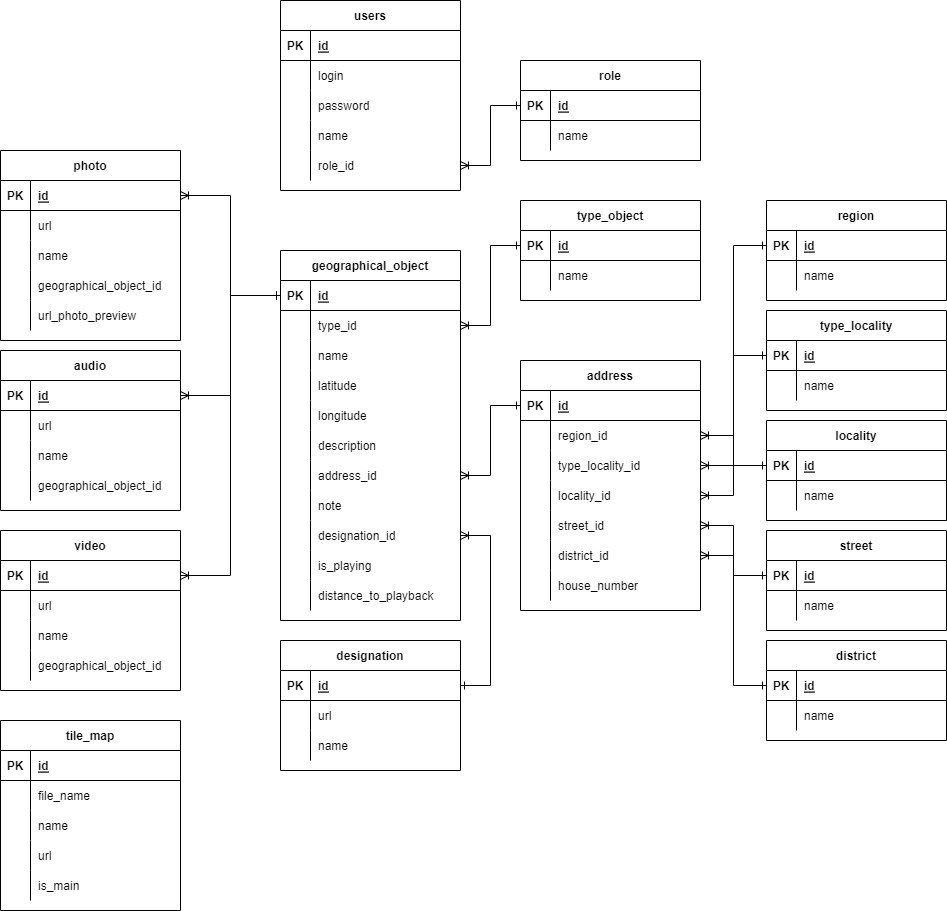
mektogon/Geo-back keeps this draw.io diagram as admin-guide/image/ER-model.png. Above is the earlier version. Source tidied: cells renumbered, new cells last; positions are measured from the earlier drawing's top-left corner, leaving out a move shared by most shapes.
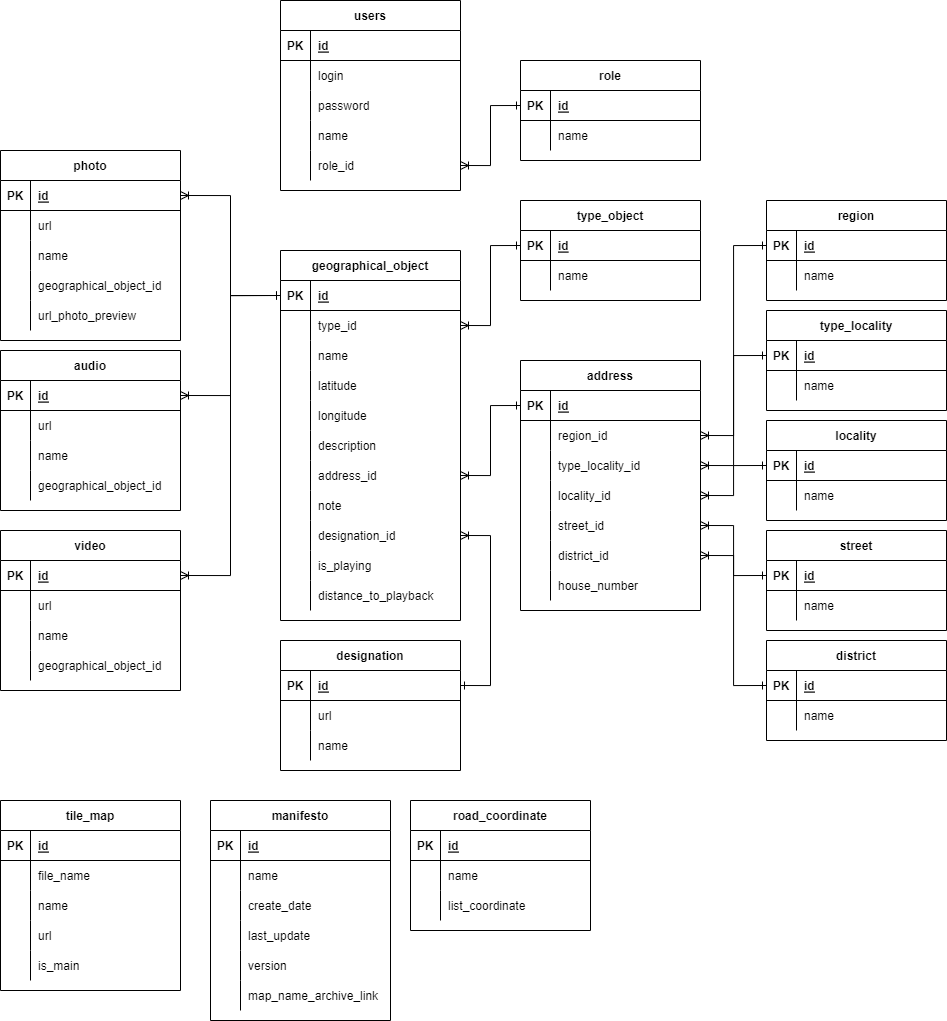
The same file after the commit.

Diff of the diagram source:
```diff
@@ -563,7 +563,7 @@
       <mxGeometry relative="1" as="geometry" />
     </mxCell>
     <mxCell id="187" value="tile_map" style="shape=table;startSize=30;rowLines=0;fontStyle=1;align=center;" parent="1" vertex="1">
-      <mxGeometry y="720" width="180" height="190" as="geometry" />
+      <mxGeometry y="800" width="180" height="190" as="geometry" />
     </mxCell>
     <mxCell id="188" style="shape=tableRow;horizontal=0;startSize=0;swimlaneHead=0;swimlaneBody=0;fillColor=none;top=0;left=0;right=0;bottom=1;" parent="187" vertex="1">
       <mxGeometry y="30" width="180" height="30" as="geometry" />
@@ -610,5 +610,92 @@
     <mxCell id="202" value="is_main" style="shape=partialRectangle;fillColor=none;top=0;left=0;bottom=0;right=0;align=left;spacingLeft=6;overflow=hidden;" parent="200" vertex="1">
       <mxGeometry x="30" width="150" height="30" as="geometry" />
     </mxCell>
+    <mxCell id="203" value="manifesto" style="shape=table;startSize=30;rowLines=0;fontStyle=1;align=center;" parent="1" vertex="1">
+      <mxGeometry x="210" y="800" width="180" height="220" as="geometry" />
+    </mxCell>
+    <mxCell id="204" style="shape=tableRow;horizontal=0;startSize=0;swimlaneHead=0;swimlaneBody=0;fillColor=none;top=0;left=0;right=0;bottom=1;" parent="203" vertex="1">
+      <mxGeometry y="30" width="180" height="30" as="geometry" />
+    </mxCell>
+    <mxCell id="205" value="PK" style="shape=partialRectangle;fillColor=none;top=0;left=0;bottom=0;right=0;fontStyle=1;overflow=hidden;" parent="204" vertex="1">
+      <mxGeometry width="30" height="30" as="geometry" />
+    </mxCell>
+    <mxCell id="206" value="id" style="shape=partialRectangle;fillColor=none;top=0;left=0;bottom=0;right=0;align=left;spacingLeft=6;fontStyle=5;overflow=hidden;" parent="204" vertex="1">
+      <mxGeometry x="30" width="150" height="30" as="geometry" />
+    </mxCell>
+    <mxCell id="207" style="shape=tableRow;horizontal=0;startSize=0;swimlaneHead=0;swimlaneBody=0;fillColor=none;top=0;left=0;right=0;bottom=0;" parent="203" vertex="1">
+      <mxGeometry y="60" width="180" height="30" as="geometry" />
+    </mxCell>
+    <mxCell id="208" style="shape=partialRectangle;fillColor=none;top=0;left=0;bottom=0;right=0;overflow=hidden;" parent="207" vertex="1">
+      <mxGeometry width="30" height="30" as="geometry" />
+    </mxCell>
+    <mxCell id="209" value="name" style="shape=partialRectangle;fillColor=none;top=0;left=0;bottom=0;right=0;align=left;spacingLeft=6;overflow=hidden;" parent="207" vertex="1">
+      <mxGeometry x="30" width="150" height="30" as="geometry" />
+    </mxCell>
+    <mxCell id="210" style="shape=tableRow;horizontal=0;startSize=0;swimlaneHead=0;swimlaneBody=0;fillColor=none;top=0;left=0;right=0;bottom=0;" parent="203" vertex="1">
+      <mxGeometry y="90" width="180" height="30" as="geometry" />
+    </mxCell>
+    <mxCell id="211" style="shape=partialRectangle;fillColor=none;top=0;left=0;bottom=0;right=0;overflow=hidden;" parent="210" vertex="1">
+      <mxGeometry width="30" height="30" as="geometry" />
+    </mxCell>
+    <mxCell id="212" value="create_date" style="shape=partialRectangle;fillColor=none;top=0;left=0;bottom=0;right=0;align=left;spacingLeft=6;overflow=hidden;" parent="210" vertex="1">
+      <mxGeometry x="30" width="150" height="30" as="geometry" />
+    </mxCell>
+    <mxCell id="213" style="shape=tableRow;horizontal=0;startSize=0;swimlaneHead=0;swimlaneBody=0;fillColor=none;top=0;left=0;right=0;bottom=0;" parent="203" vertex="1">
+      <mxGeometry y="120" width="180" height="30" as="geometry" />
+    </mxCell>
+    <mxCell id="214" style="shape=partialRectangle;fillColor=none;top=0;left=0;bottom=0;right=0;overflow=hidden;" parent="213" vertex="1">
+      <mxGeometry width="30" height="30" as="geometry" />
+    </mxCell>
+    <mxCell id="215" value="last_update" style="shape=partialRectangle;fillColor=none;top=0;left=0;bottom=0;right=0;align=left;spacingLeft=6;overflow=hidden;" parent="213" vertex="1">
+      <mxGeometry x="30" width="150" height="30" as="geometry" />
+    </mxCell>
+    <mxCell id="216" style="shape=tableRow;horizontal=0;startSize=0;swimlaneHead=0;swimlaneBody=0;fillColor=none;top=0;left=0;right=0;bottom=0;" parent="203" vertex="1">
+      <mxGeometry y="150" width="180" height="30" as="geometry" />
+    </mxCell>
+    <mxCell id="217" style="shape=partialRectangle;fillColor=none;top=0;left=0;bottom=0;right=0;overflow=hidden;" parent="216" vertex="1">
+      <mxGeometry width="30" height="30" as="geometry" />
+    </mxCell>
+    <mxCell id="218" value="version" style="shape=partialRectangle;fillColor=none;top=0;left=0;bottom=0;right=0;align=left;spacingLeft=6;overflow=hidden;" parent="216" vertex="1">
+      <mxGeometry x="30" width="150" height="30" as="geometry" />
+    </mxCell>
+    <mxCell id="219" style="shape=tableRow;horizontal=0;startSize=0;swimlaneHead=0;swimlaneBody=0;fillColor=none;top=0;left=0;right=0;bottom=0;" parent="203" vertex="1">
+      <mxGeometry y="180" width="180" height="30" as="geometry" />
+    </mxCell>
+    <mxCell id="220" style="shape=partialRectangle;fillColor=none;top=0;left=0;bottom=0;right=0;overflow=hidden;" parent="219" vertex="1">
+      <mxGeometry width="30" height="30" as="geometry" />
+    </mxCell>
+    <mxCell id="221" value="map_name_archive_link" style="shape=partialRectangle;fillColor=none;top=0;left=0;bottom=0;right=0;align=left;spacingLeft=6;overflow=hidden;" parent="219" vertex="1">
+      <mxGeometry x="30" width="150" height="30" as="geometry" />
+    </mxCell>
+    <mxCell id="222" value="road_coordinate" style="shape=table;startSize=30;rowLines=0;fontStyle=1;align=center;" parent="1" vertex="1">
+      <mxGeometry x="410" y="800" width="180" height="130" as="geometry" />
+    </mxCell>
+    <mxCell id="223" style="shape=tableRow;horizontal=0;startSize=0;swimlaneHead=0;swimlaneBody=0;fillColor=none;top=0;left=0;right=0;bottom=1;" parent="222" vertex="1">
+      <mxGeometry y="30" width="180" height="30" as="geometry" />
+    </mxCell>
+    <mxCell id="224" value="PK" style="shape=partialRectangle;fillColor=none;top=0;left=0;bottom=0;right=0;fontStyle=1;overflow=hidden;" parent="223" vertex="1">
+      <mxGeometry width="30" height="30" as="geometry" />
+    </mxCell>
+    <mxCell id="225" value="id" style="shape=partialRectangle;fillColor=none;top=0;left=0;bottom=0;right=0;align=left;spacingLeft=6;fontStyle=5;overflow=hidden;" parent="223" vertex="1">
+      <mxGeometry x="30" width="150" height="30" as="geometry" />
+    </mxCell>
+    <mxCell id="226" style="shape=tableRow;horizontal=0;startSize=0;swimlaneHead=0;swimlaneBody=0;fillColor=none;top=0;left=0;right=0;bottom=0;" parent="222" vertex="1">
+      <mxGeometry y="60" width="180" height="30" as="geometry" />
+    </mxCell>
+    <mxCell id="227" style="shape=partialRectangle;fillColor=none;top=0;left=0;bottom=0;right=0;overflow=hidden;" parent="226" vertex="1">
+      <mxGeometry width="30" height="30" as="geometry" />
+    </mxCell>
+    <mxCell id="228" value="name" style="shape=partialRectangle;fillColor=none;top=0;left=0;bottom=0;right=0;align=left;spacingLeft=6;overflow=hidden;" parent="226" vertex="1">
+      <mxGeometry x="30" width="150" height="30" as="geometry" />
+    </mxCell>
+    <mxCell id="229" style="shape=tableRow;horizontal=0;startSize=0;swimlaneHead=0;swimlaneBody=0;fillColor=none;top=0;left=0;right=0;bottom=0;" parent="222" vertex="1">
+      <mxGeometry y="90" width="180" height="30" as="geometry" />
+    </mxCell>
+    <mxCell id="230" style="shape=partialRectangle;fillColor=none;top=0;left=0;bottom=0;right=0;overflow=hidden;" parent="229" vertex="1">
+      <mxGeometry width="30" height="30" as="geometry" />
+    </mxCell>
+    <mxCell id="231" value="list_coordinate" style="shape=partialRectangle;fillColor=none;top=0;left=0;bottom=0;right=0;align=left;spacingLeft=6;overflow=hidden;" parent="229" vertex="1">
+      <mxGeometry x="30" width="150" height="30" as="geometry" />
+    </mxCell>
   </root>
 </mxGraphModel>
```
